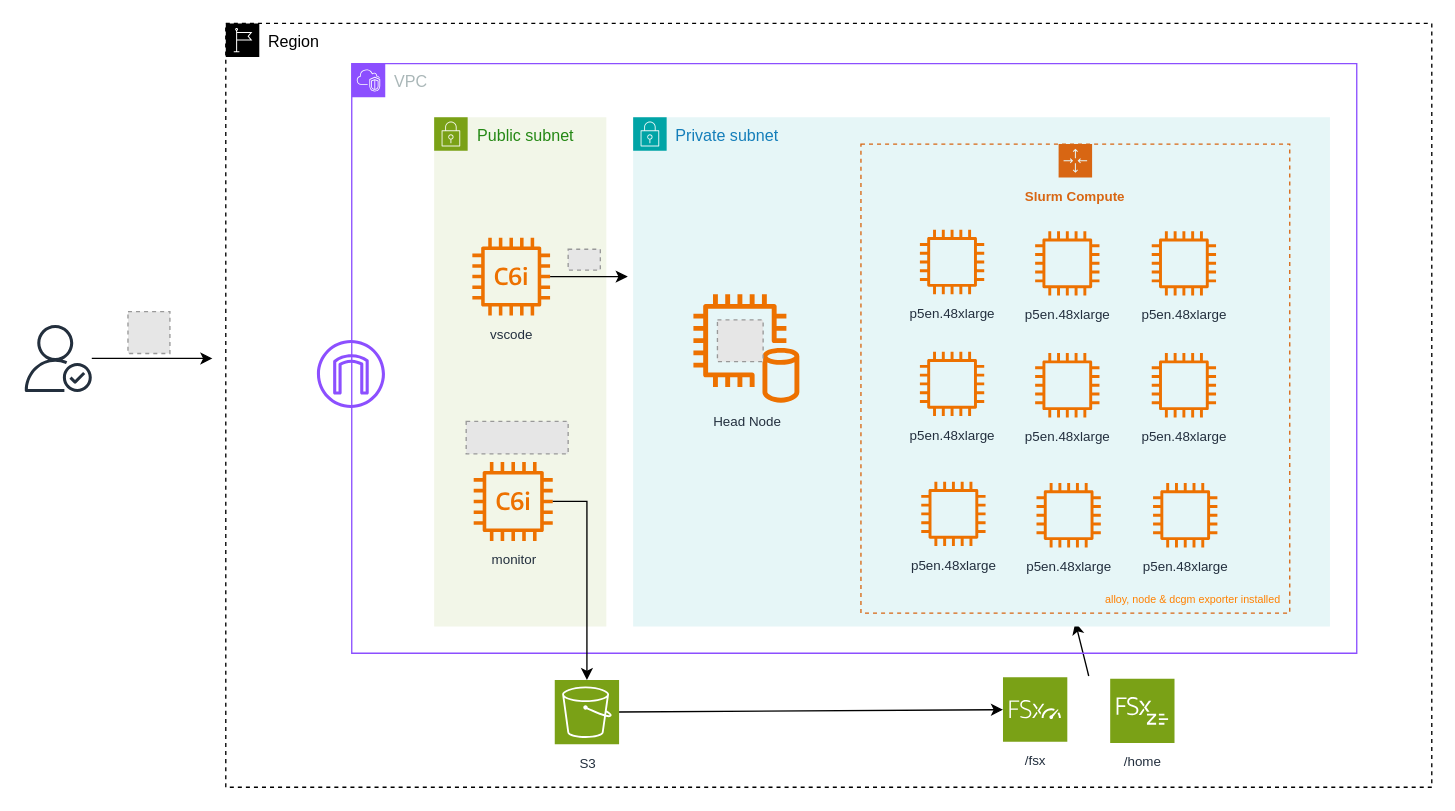
The draw.io diagram slurm.drawio in gnosia93/slurm-on-aws, before the edit. Source tidied: cells renumbered, new cells numbered last; positions are measured from the earlier drawing's top-left corner, leaving out a move shared by most shapes. Both pictures are drawn from the tidied source at 134%, with x=0, y=0 at pixel (24, 23). Pictures stored in the file or linked from it are replaced by grey dashed boxes.
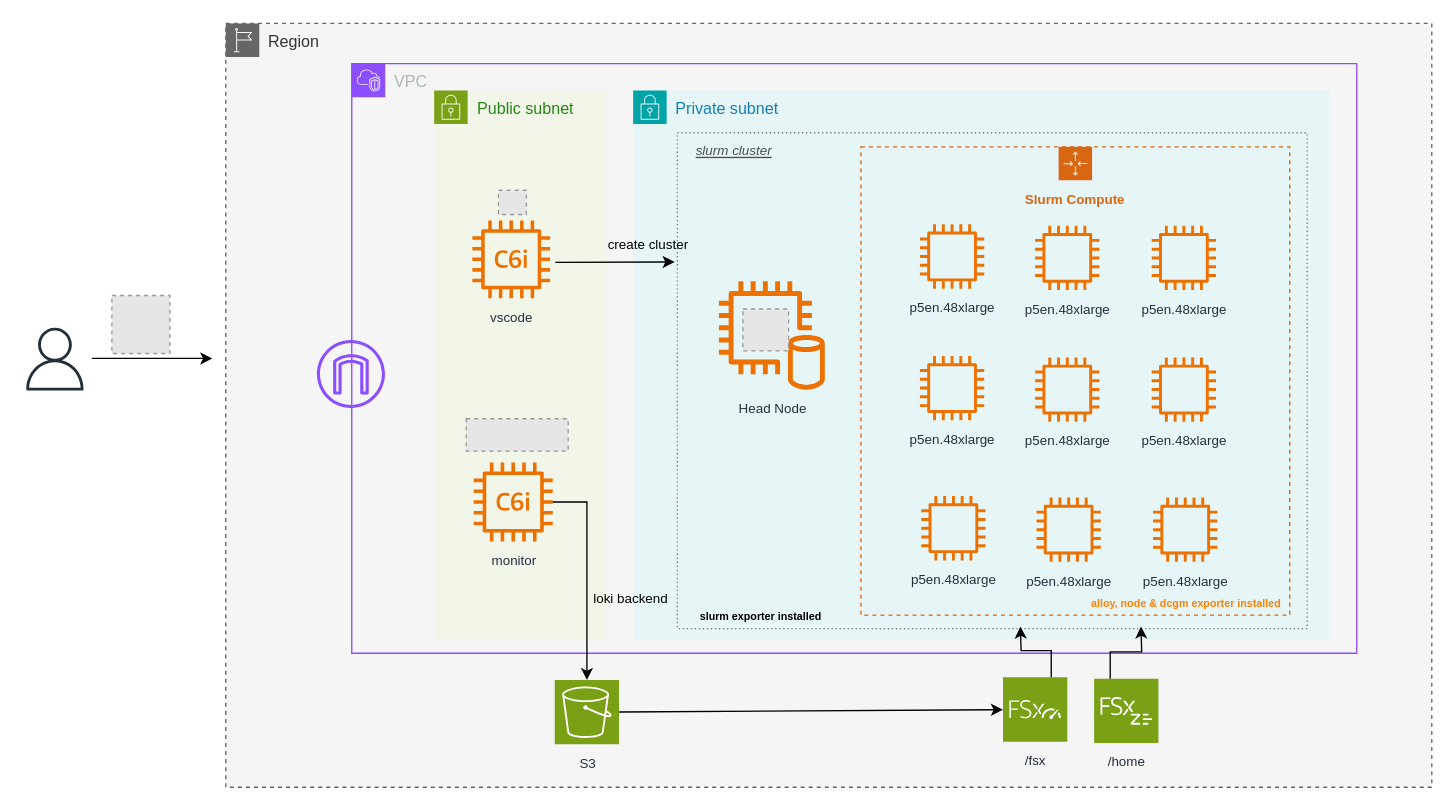
After the change.

Unchanged cells that the change refers to:
```xml
<mxCell id="4" value="&lt;font style=&quot;font-size: 10px;&quot;&gt;/fsx&lt;/font&gt;" style="sketch=0;points=[[0,0,0],[0.25,0,0],[0.5,0,0],[0.75,0,0],[1,0,0],[0,1,0],[0.25,1,0],[0.5,1,0],[0.75,1,0],[1,1,0],[0,0.25,0],[0,0.5,0],[0,0.75,0],[1,0.25,0],[1,0.5,0],[1,0.75,0]];outlineConnect=0;fontColor=#232F3E;fillColor=#7AA116;strokeColor=#ffffff;dashed=0;verticalLabelPosition=bottom;verticalAlign=top;align=center;html=1;fontSize=12;fontStyle=0;shape=mxgraph.aws4.resourceIcon;resIcon=mxgraph.aws4.fsx_for_lustre;" parent="1" vertex="1">
  <mxGeometry x="730" y="488" width="48" height="48" as="geometry" />
</mxCell>
```

The edit, as a diff of the source:
```diff
@@
-    <mxCell id="2" value="Region" style="html=1;whiteSpace=wrap;fontSize=12;fontStyle=0;shape=mxgraph.aws4.group;grIcon=mxgraph.aws4.group_region;verticalAlign=top;align=left;spacingLeft=30;dashed=1;" parent="1" vertex="1">
+    <mxCell id="2" value="Region" style="html=1;whiteSpace=wrap;fontSize=12;fontStyle=0;shape=mxgraph.aws4.group;grIcon=mxgraph.aws4.group_region;verticalAlign=top;align=left;spacingLeft=30;dashed=1;fillColor=#f5f5f5;strokeColor=#666666;fontColor=#333333;" parent="1" vertex="1">
       <mxGeometry x="150" width="900" height="570" as="geometry" />
     </mxCell>
-    <mxCell id="3" style="edgeStyle=none;rounded=0;orthogonalLoop=1;jettySize=auto;html=1;" parent="1" edge="1">
-      <mxGeometry relative="1" as="geometry">
-        <mxPoint x="794" y="487" as="sourcePoint" />
-        <mxPoint x="784" y="447" as="targetPoint" />
-      </mxGeometry>
-    </mxCell>
+    <mxCell id="46" style="rounded=0;jettySize=auto;html=1;exitX=0.5;exitY=0;exitDx=0;exitDy=0;exitPerimeter=0;entryX=0.5;entryY=0;entryDx=0;entryDy=0;entryPerimeter=0;strokeColor=none;" parent="1" edge="1" source="4" target="5">
+      <mxGeometry relative="1" as="geometry" />
+    </mxCell>
@@
     <mxCell id="5" value="&lt;font style=&quot;font-size: 10px;&quot;&gt;/home&lt;/font&gt;" style="sketch=0;points=[[0,0,0],[0.25,0,0],[0.5,0,0],[0.75,0,0],[1,0,0],[0,1,0],[0.25,1,0],[0.5,1,0],[0.75,1,0],[1,1,0],[0,0.25,0],[0,0.5,0],[0,0.75,0],[1,0.25,0],[1,0.5,0],[1,0.75,0]];outlineConnect=0;fontColor=#232F3E;fillColor=#7AA116;strokeColor=#ffffff;dashed=0;verticalLabelPosition=bottom;verticalAlign=top;align=center;html=1;fontSize=12;fontStyle=0;shape=mxgraph.aws4.resourceIcon;resIcon=mxgraph.aws4.fsx_for_openzfs;" parent="1" vertex="1">
-      <mxGeometry x="810" y="489" width="48" height="48" as="geometry" />
+      <mxGeometry x="798" y="489" width="48" height="48" as="geometry" />
     </mxCell>
@@
     <mxCell id="8" style="group;" parent="1" vertex="1">
-      <mxGeometry x="305.5" y="70" width="668.5" height="380" as="geometry" />
+      <mxGeometry x="305.5" y="50" width="668.5" height="410" as="geometry" />
     </mxCell>
     <mxCell id="9" style="group;" parent="8" vertex="1">
-      <mxGeometry x="148.5" width="520" height="380" as="geometry" />
+      <mxGeometry x="148.5" width="520" height="410" as="geometry" />
     </mxCell>
     <mxCell id="10" value="Private subnet" style="gradientColor=none;html=1;whiteSpace=wrap;fontSize=12;fontStyle=0;shape=mxgraph.aws4.group;grIcon=mxgraph.aws4.group_security_group;grStroke=0;strokeColor=#00A4A6;fillColor=#E6F6F7;verticalAlign=top;align=left;spacingLeft=30;fontColor=#147EBA;dashed=0;" parent="9" vertex="1">
-      <mxGeometry width="520" height="380" as="geometry" />
+      <mxGeometry width="520" height="410" as="geometry" />
     </mxCell>
     <mxCell id="11" style="group;" parent="9" vertex="1">
-      <mxGeometry x="33" y="20" width="460" height="350" as="geometry" />
+      <mxGeometry x="33" y="21.6" width="470" height="380" as="geometry" />
     </mxCell>
     <mxCell id="12" style="group;" parent="11" vertex="1">
-      <mxGeometry x="137" width="323" height="350" as="geometry" />
+      <mxGeometry x="137" width="323" height="377.6" as="geometry" />
     </mxCell>
     <mxCell id="13" style="group;" parent="12" vertex="1">
-      <mxGeometry width="320" height="350" as="geometry" />
+      <mxGeometry width="320" height="377.6" as="geometry" />
     </mxCell>
     <mxCell id="14" value="&lt;font style=&quot;font-size: 10px;&quot;&gt;&lt;b&gt;Slurm Compute&lt;/b&gt;&lt;/font&gt;" style="gradientColor=none;html=1;whiteSpace=wrap;fontSize=12;fontStyle=0;shape=mxgraph.aws4.groupCenter;grIcon=mxgraph.aws4.group_auto_scaling_group;grStroke=1;strokeColor=#D86613;fillColor=none;verticalAlign=top;align=center;fontColor=#D86613;dashed=1;spacingTop=25;" parent="13" vertex="1">
-      <mxGeometry width="320" height="350" as="geometry" />
+      <mxGeometry y="20.5" width="320" height="349.5" as="geometry" />
     </mxCell>
     <mxCell id="15" style="group;" parent="13" vertex="1">
-      <mxGeometry x="44" y="64" width="222" height="237" as="geometry" />
+      <mxGeometry x="44" y="78.3" width="222" height="255.7" as="geometry" />
     </mxCell>
     <mxCell id="16" style="group;" parent="15" vertex="1">
-      <mxGeometry width="221" height="49" as="geometry" />
+      <mxGeometry width="221" height="52.9" as="geometry" />
     </mxCell>
@@
     <mxCell id="18" value="&lt;font style=&quot;font-size: 10px;&quot;&gt;p5en.48xlarge&lt;/font&gt;" style="sketch=0;fontColor=#232F3E;gradientColor=none;fillColor=#ED7100;strokeColor=none;dashed=0;verticalLabelPosition=bottom;verticalAlign=top;align=center;html=1;fontSize=12;fontStyle=0;shape=mxgraph.aws4.instance2;" parent="16" vertex="1">
-      <mxGeometry x="86" y="1" width="48" height="48" as="geometry" />
+      <mxGeometry x="86" y="1.1" width="48" height="48" as="geometry" />
     </mxCell>
     <mxCell id="19" value="&lt;font style=&quot;font-size: 10px;&quot;&gt;p5en.48xlarge&lt;/font&gt;" style="sketch=0;fontColor=#232F3E;gradientColor=none;fillColor=#ED7100;strokeColor=none;dashed=0;verticalLabelPosition=bottom;verticalAlign=top;align=center;html=1;fontSize=12;fontStyle=0;shape=mxgraph.aws4.instance2;" parent="16" vertex="1">
-      <mxGeometry x="173" y="1" width="48" height="48" as="geometry" />
+      <mxGeometry x="173" y="1.1" width="48" height="48" as="geometry" />
     </mxCell>
     <mxCell id="20" style="group;" parent="15" vertex="1">
-      <mxGeometry y="91" width="221" height="49" as="geometry" />
+      <mxGeometry y="98.2" width="221" height="52.9" as="geometry" />
     </mxCell>
@@
     <mxCell id="22" value="&lt;font style=&quot;font-size: 10px;&quot;&gt;p5en.48xlarge&lt;/font&gt;" style="sketch=0;fontColor=#232F3E;gradientColor=none;fillColor=#ED7100;strokeColor=none;dashed=0;verticalLabelPosition=bottom;verticalAlign=top;align=center;html=1;fontSize=12;fontStyle=0;shape=mxgraph.aws4.instance2;" parent="20" vertex="1">
-      <mxGeometry x="86" y="1" width="48" height="48" as="geometry" />
+      <mxGeometry x="86" y="1.1" width="48" height="48" as="geometry" />
     </mxCell>
     <mxCell id="23" value="&lt;font style=&quot;font-size: 10px;&quot;&gt;p5en.48xlarge&lt;/font&gt;" style="sketch=0;fontColor=#232F3E;gradientColor=none;fillColor=#ED7100;strokeColor=none;dashed=0;verticalLabelPosition=bottom;verticalAlign=top;align=center;html=1;fontSize=12;fontStyle=0;shape=mxgraph.aws4.instance2;" parent="20" vertex="1">
-      <mxGeometry x="173" y="1" width="48" height="48" as="geometry" />
+      <mxGeometry x="173" y="1.1" width="48" height="48" as="geometry" />
     </mxCell>
     <mxCell id="24" style="group;" parent="15" vertex="1">
-      <mxGeometry x="1" y="188" width="221" height="49" as="geometry" />
+      <mxGeometry x="1" y="202.8" width="221" height="52.9" as="geometry" />
     </mxCell>
@@
     <mxCell id="26" value="&lt;font style=&quot;font-size: 10px;&quot;&gt;p5en.48xlarge&lt;/font&gt;" style="sketch=0;fontColor=#232F3E;gradientColor=none;fillColor=#ED7100;strokeColor=none;dashed=0;verticalLabelPosition=bottom;verticalAlign=top;align=center;html=1;fontSize=12;fontStyle=0;shape=mxgraph.aws4.instance2;" parent="24" vertex="1">
-      <mxGeometry x="86" y="1" width="48" height="48" as="geometry" />
+      <mxGeometry x="86" y="1.1" width="48" height="48" as="geometry" />
     </mxCell>
     <mxCell id="27" value="&lt;font style=&quot;font-size: 10px;&quot;&gt;p5en.48xlarge&lt;/font&gt;" style="sketch=0;fontColor=#232F3E;gradientColor=none;fillColor=#ED7100;strokeColor=none;dashed=0;verticalLabelPosition=bottom;verticalAlign=top;align=center;html=1;fontSize=12;fontStyle=0;shape=mxgraph.aws4.instance2;" parent="24" vertex="1">
-      <mxGeometry x="173" y="1" width="48" height="48" as="geometry" />
+      <mxGeometry x="173" y="1.1" width="48" height="48" as="geometry" />
     </mxCell>
-    <mxCell id="28" value="&lt;font style=&quot;font-size: 8px; color: light-dark(rgb(255, 128, 0), rgb(255, 128, 0));&quot;&gt;alloy, node &amp;amp; dcgm exporter installed&lt;/font&gt;" style="text;html=1;whiteSpace=wrap;strokeColor=none;fillColor=none;align=center;verticalAlign=middle;rounded=0;" parent="12" vertex="1">
-      <mxGeometry x="173" y="329" width="150" height="20" as="geometry" />
+    <mxCell id="28" value="&lt;font style=&quot;font-size: 8px; color: light-dark(rgb(255, 128, 0), rgb(255, 128, 0));&quot;&gt;&lt;b&gt;alloy, node &amp;amp; dcgm exporter installed&lt;/b&gt;&lt;/font&gt;" style="text;html=1;whiteSpace=wrap;strokeColor=none;fillColor=none;align=center;verticalAlign=middle;rounded=0;" parent="12" vertex="1">
+      <mxGeometry x="168" y="350" width="150" height="21.6" as="geometry" />
     </mxCell>
     <mxCell id="29" style="group;" parent="11" vertex="1">
-      <mxGeometry y="112" width="82" height="81" as="geometry" />
+      <mxGeometry x="19" y="120.8" width="82" height="87.4" as="geometry" />
     </mxCell>
@@
     <mxCell id="31" style="fillColor=#E6E6E6;strokeColor=#999999;dashed=1;verticalLabelPosition=bottom;labelBackgroundColor=default;verticalAlign=top;" parent="29" vertex="1">
-      <mxGeometry x="29.9" y="19.2" width="34.1" height="31.2" as="geometry" />
+      <mxGeometry x="29.9" y="20.7" width="34.1" height="31.2" as="geometry" />
     </mxCell>
+    <mxCell id="47" style="rounded=0;whiteSpace=wrap;html=1;fillColor=none;opacity=50;dashed=1;dashPattern=1 2;" parent="11" vertex="1">
+      <mxGeometry y="10" width="470" height="370" as="geometry" />
+    </mxCell>
+    <mxCell id="48" value="&lt;span style=&quot;font-size: 10px;&quot;&gt;create cluster&lt;/span&gt;" style="text;html=1;align=center;verticalAlign=middle;strokeColor=none;fillColor=none;" parent="11" vertex="1">
+      <mxGeometry x="-62" y="78.4" width="80" height="30" as="geometry" />
+    </mxCell>
     <mxCell id="32" style="group;" parent="8" vertex="1">
-      <mxGeometry width="134" height="380" as="geometry" />
+      <mxGeometry width="139.5" height="410" as="geometry" />
     </mxCell>
     <mxCell id="33" value="Public subnet" style="gradientColor=none;html=1;whiteSpace=wrap;fontSize=12;fontStyle=0;shape=mxgraph.aws4.group;grIcon=mxgraph.aws4.group_security_group;grStroke=0;strokeColor=#7AA116;fillColor=#F2F6E8;verticalAlign=top;align=left;spacingLeft=30;fontColor=#248814;dashed=0;" parent="32" vertex="1">
-      <mxGeometry width="128.5" height="380" as="geometry" />
+      <mxGeometry width="128.5" height="410" as="geometry" />
     </mxCell>
     <mxCell id="34" style="group;" parent="32" vertex="1">
-      <mxGeometry x="23.9" y="62" width="76.1" height="258" as="geometry" />
+      <mxGeometry x="23.9" y="66.9" width="76.1" height="278.4" as="geometry" />
     </mxCell>
-    <mxCell id="35" style="edgeStyle=none;rounded=0;jettySize=auto;html=1;" parent="34" edge="1" source="36">
+    <mxCell id="35" style="edgeStyle=none;rounded=0;orthogonalLoop=1;jettySize=auto;html=1;" parent="34" edge="1">
       <mxGeometry relative="1" as="geometry">
-        <mxPoint x="120.6" y="56.9" as="targetPoint" />
+        <mxPoint x="66.5" y="61.4" as="sourcePoint" />
+        <mxPoint x="155.6" y="61.1" as="targetPoint" />
       </mxGeometry>
     </mxCell>
     <mxCell id="36" value="&lt;font style=&quot;font-size: 10px;&quot;&gt;vscode&lt;/font&gt;&lt;div&gt;&lt;br&gt;&lt;/div&gt;" style="sketch=0;outlineConnect=0;fontColor=#232F3E;gradientColor=none;fillColor=#ED7100;strokeColor=none;dashed=0;verticalLabelPosition=bottom;verticalAlign=top;align=center;html=1;fontSize=12;fontStyle=0;shape=mxgraph.aws4.ec2_c6i_instance;" parent="34" vertex="1">
-      <mxGeometry x="4.6" y="27.9" width="58" height="58" as="geometry" />
+      <mxGeometry x="4.6" y="30.1" width="58" height="58" as="geometry" />
     </mxCell>
     <mxCell id="37" value="&lt;div&gt;&lt;font style=&quot;font-size: 10px;&quot;&gt;monitor&lt;/font&gt;&lt;/div&gt;" style="sketch=0;outlineConnect=0;fontColor=#232F3E;gradientColor=none;fillColor=#ED7100;strokeColor=none;dashed=0;verticalLabelPosition=bottom;verticalAlign=top;align=center;html=1;fontSize=12;fontStyle=0;shape=mxgraph.aws4.ec2_c6i_instance;" parent="34" vertex="1">
-      <mxGeometry x="5.6" y="195.2" width="59" height="59" as="geometry" />
+      <mxGeometry x="5.6" y="210.7" width="59" height="59" as="geometry" />
     </mxCell>
     <mxCell id="38" style="fillColor=#E6E6E6;strokeColor=#999999;dashed=1;verticalLabelPosition=bottom;labelBackgroundColor=default;verticalAlign=top;" parent="34" vertex="1">
-      <mxGeometry y="165" width="76.1" height="24.2" as="geometry" />
+      <mxGeometry y="178.1" width="76.1" height="24.2" as="geometry" />
     </mxCell>
-    <mxCell id="39" style="fillColor=#E6E6E6;strokeColor=#999999;dashed=1;verticalLabelPosition=bottom;labelBackgroundColor=default;verticalAlign=top;" parent="32" vertex="1">
-      <mxGeometry x="100" y="98.5" width="24" height="15.6" as="geometry" />
-    </mxCell>
+    <mxCell id="49" style="fillColor=#E6E6E6;strokeColor=#999999;dashed=1;verticalLabelPosition=bottom;labelBackgroundColor=default;verticalAlign=top;fontSize=10;" parent="34" vertex="1">
+      <mxGeometry x="24.1" y="7.6" width="20.8" height="18.1" as="geometry" />
+    </mxCell>
+    <mxCell id="50" value="&lt;font style=&quot;font-size: 10px;&quot;&gt;loki backend&lt;/font&gt;" style="text;html=1;align=center;verticalAlign=middle;strokeColor=none;fillColor=none;" parent="32" vertex="1">
+      <mxGeometry x="106.5" y="363.6" width="80" height="30" as="geometry" />
+    </mxCell>
@@
-    <mxCell id="43" style="edgeStyle=none;rounded=0;jettySize=auto;html=1;" parent="1" edge="1" source="44">
+    <mxCell id="43" style="edgeStyle=none;rounded=0;orthogonalLoop=1;jettySize=auto;html=1;" parent="1" edge="1">
       <mxGeometry relative="1" as="geometry">
+        <mxPoint x="50" y="250" as="sourcePoint" />
         <mxPoint x="140" y="250" as="targetPoint" />
       </mxGeometry>
     </mxCell>
-    <mxCell id="44" style="sketch=0;outlineConnect=0;fontColor=#232F3E;gradientColor=none;fillColor=#232F3D;strokeColor=none;dashed=0;verticalLabelPosition=bottom;verticalAlign=top;align=center;html=1;fontSize=12;fontStyle=0;shape=mxgraph.aws4.authenticated_user;" parent="1" vertex="1">
-      <mxGeometry y="225" width="50" height="50" as="geometry" />
-    </mxCell>
     <mxCell id="45" style="fillColor=#E6E6E6;strokeColor=#999999;dashed=1;verticalLabelPosition=bottom;labelBackgroundColor=default;verticalAlign=top;" parent="1" vertex="1">
-      <mxGeometry x="77" y="215" width="31.3" height="31.3" as="geometry" />
+      <mxGeometry x="65" y="203" width="43.3" height="43.3" as="geometry" />
     </mxCell>
+    <mxCell id="51" style="sketch=0;fontColor=#232F3E;gradientColor=none;fillColor=#232F3D;strokeColor=none;dashed=0;verticalLabelPosition=bottom;verticalAlign=top;align=center;html=1;fontSize=12;fontStyle=0;shape=mxgraph.aws4.user;" parent="1" vertex="1">
+      <mxGeometry x="-1" y="227" width="47" height="47" as="geometry" />
+    </mxCell>
+    <mxCell id="52" style="edgeStyle=orthogonalEdgeStyle;rounded=0;jettySize=auto;html=1;exitX=0.75;exitY=0;exitDx=0;exitDy=0;exitPerimeter=0;" parent="1" edge="1" source="4">
+      <mxGeometry relative="1" as="geometry">
+        <mxPoint x="743" y="450" as="targetPoint" />
+      </mxGeometry>
+    </mxCell>
+    <mxCell id="53" style="edgeStyle=orthogonalEdgeStyle;rounded=0;jettySize=auto;html=1;exitX=0.25;exitY=0;exitDx=0;exitDy=0;exitPerimeter=0;" parent="1" edge="1" source="5">
+      <mxGeometry relative="1" as="geometry">
+        <mxPoint x="833" y="450" as="targetPoint" />
+      </mxGeometry>
+    </mxCell>
+    <mxCell id="54" value="&lt;font style=&quot;font-size: 8px;&quot;&gt;&lt;b style=&quot;&quot;&gt;slurm exporter installed&lt;/b&gt;&lt;/font&gt;" style="text;html=1;align=center;verticalAlign=middle;strokeColor=none;fillColor=none;" parent="1" vertex="1">
+      <mxGeometry x="494" y="427" width="110" height="30" as="geometry" />
+    </mxCell>
+    <mxCell id="55" value="&lt;font color=&quot;#4d4d4d&quot; style=&quot;font-size: 10px;&quot;&gt;&lt;u style=&quot;&quot;&gt;&lt;i style=&quot;&quot;&gt;slurm cluster&lt;/i&gt;&lt;/u&gt;&lt;/font&gt;" style="text;html=1;align=center;verticalAlign=middle;strokeColor=none;fillColor=none;" parent="1" vertex="1">
+      <mxGeometry x="489" y="80" width="80" height="30" as="geometry" />
+    </mxCell>
```
